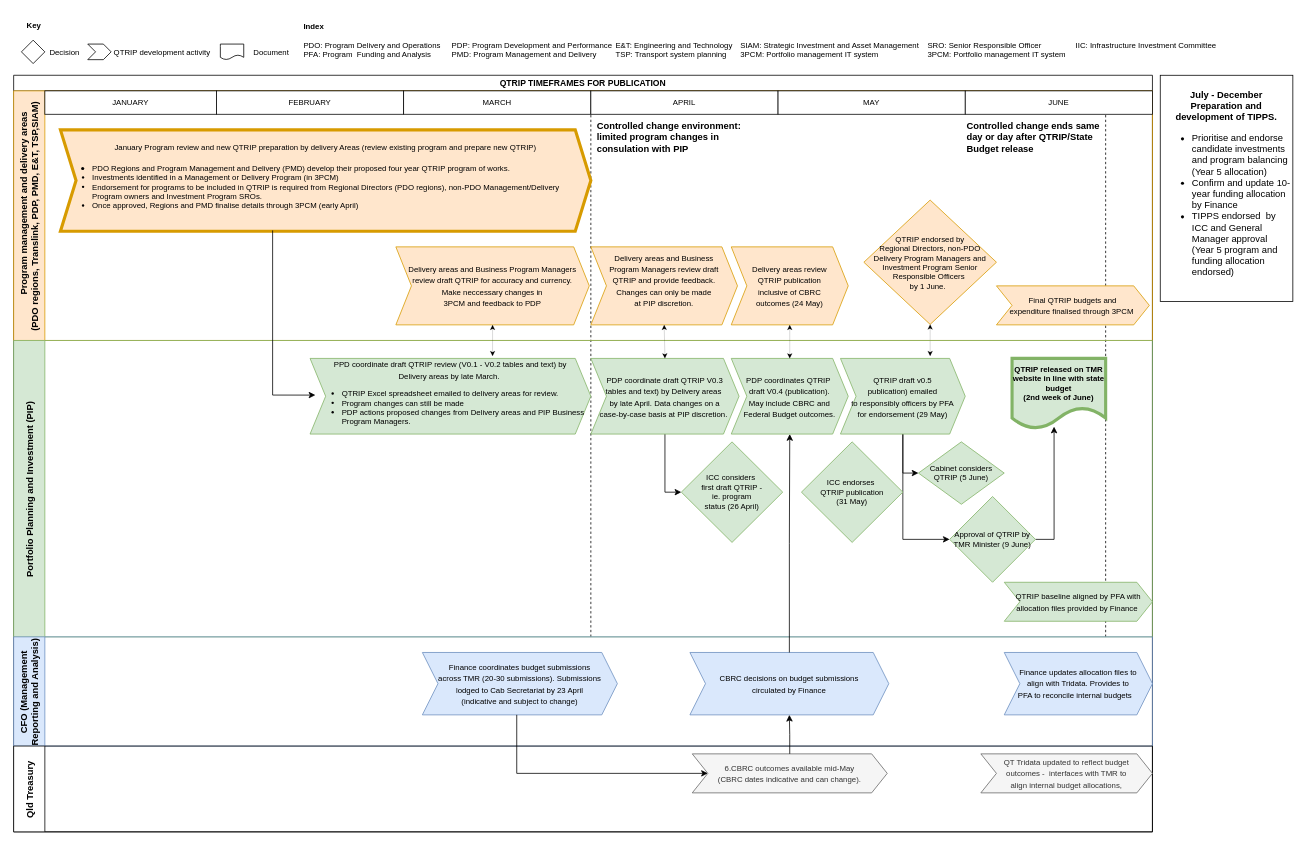
Earlier version of the draw.io diagram page "QTRIP" (1 of 6) of QTRIP and financial mapping.drawio (tzforster/great-suppository-name). Source tidied: cells renumbered, new cells numbered last; positions are measured from the earlier drawing's top-left corner, leaving out a move shared by most shapes. Both pictures are drawn from the tidied source at 78%, with x=0, y=0 at pixel (13, 13).
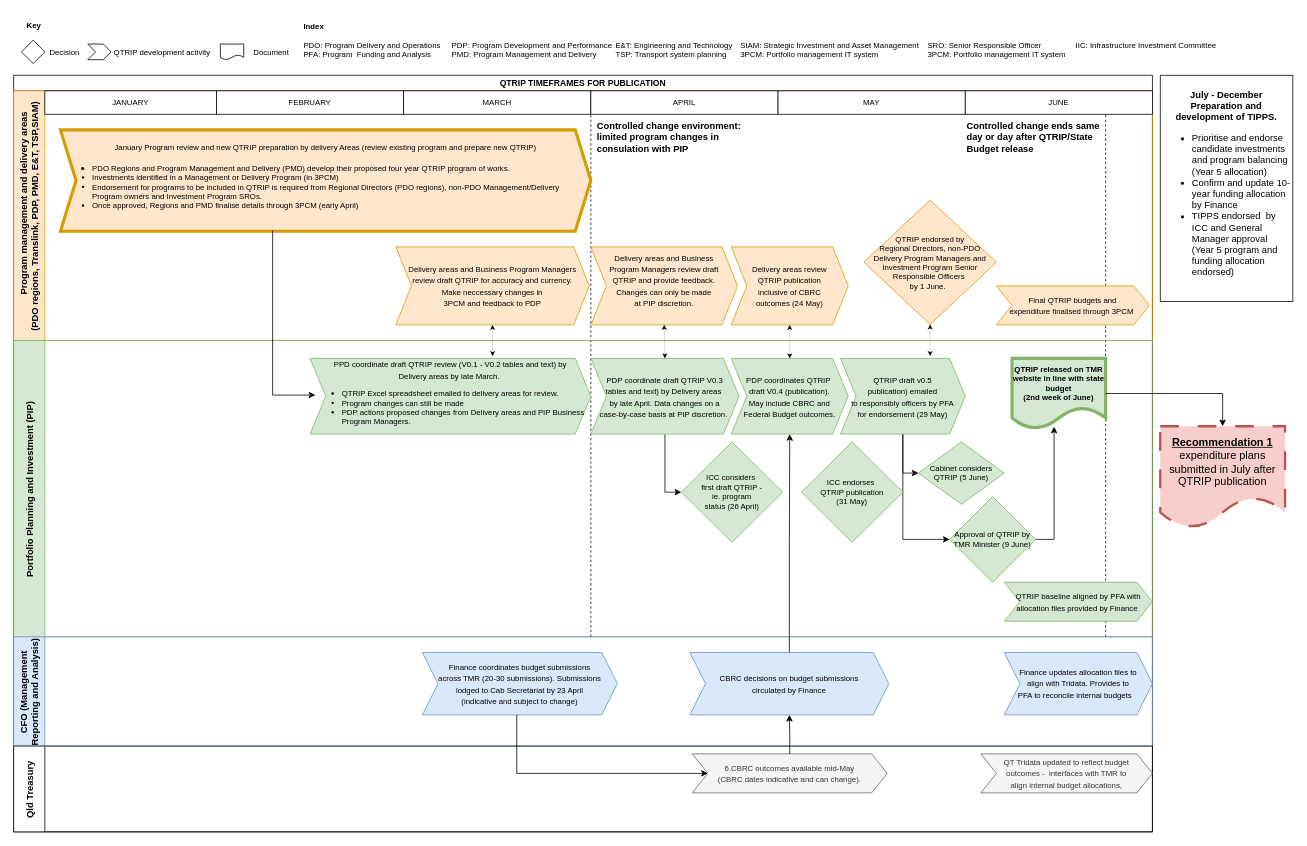
The same page after the edit.

The change refers to these unchanged cells:
```xml
<mxCell id="23" value="QTRIP released on TMR website in line with state budget&lt;br&gt;(2nd week of June)" style="shape=document;whiteSpace=wrap;html=1;boundedLbl=1;fontSize=10;fillColor=#d5e8d4;strokeColor=#82b366;fontStyle=1;strokeWidth=4;" parent="21" vertex="1">
  <mxGeometry x="1280" y="23" width="120" height="90" as="geometry" />
</mxCell>
```

Change to the diagram source:
```diff
@@
+    <mxCell id="66" value="&lt;b style=&quot;font-size: 14px;&quot;&gt;&lt;u&gt;Recommendation 1&lt;/u&gt;&lt;/b&gt;&lt;br style=&quot;font-size: 14px;&quot;&gt;&lt;div style=&quot;font-size: 14px;&quot;&gt;&lt;span style=&quot;background-color: initial; font-size: 14px;&quot;&gt;expenditure plans submitted in July after QTRIP publication&lt;/span&gt;&lt;/div&gt;" style="shape=document;whiteSpace=wrap;html=1;boundedLbl=1;fillColor=#f8cecc;strokeColor=#b85450;fontSize=14;dashed=1;dashPattern=8 8;strokeWidth=3;" parent="1" vertex="1">
+      <mxGeometry x="1470" y="529" width="160" height="130" as="geometry" />
+    </mxCell>
+    <mxCell id="67" style="edgeStyle=orthogonalEdgeStyle;rounded=0;jettySize=auto;html=1;entryX=0.5;entryY=0;entryDx=0;entryDy=0;fontSize=14;" parent="1" edge="1" source="23" target="66">
+      <mxGeometry relative="1" as="geometry" />
+    </mxCell>
```
